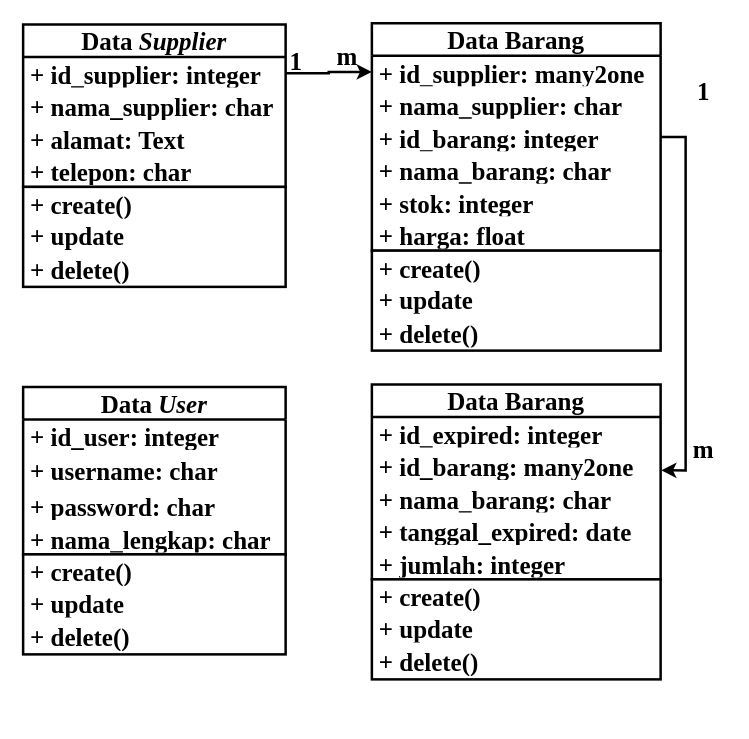
raldawiyahh/alda-resolusi keeps this draw.io diagram as page "CLASS DIAGRAM" (24 of 24) of PENGELOLAAN EXPIRED - DANU.drawio. Above is the earlier version. Source tidied: cells renumbered, new cells numbered last; positions are measured from the earlier drawing's top-left corner, leaving out a move shared by most shapes. Both pictures are drawn from the tidied source at 125%, with x=0, y=0 at pixel (22, 22).
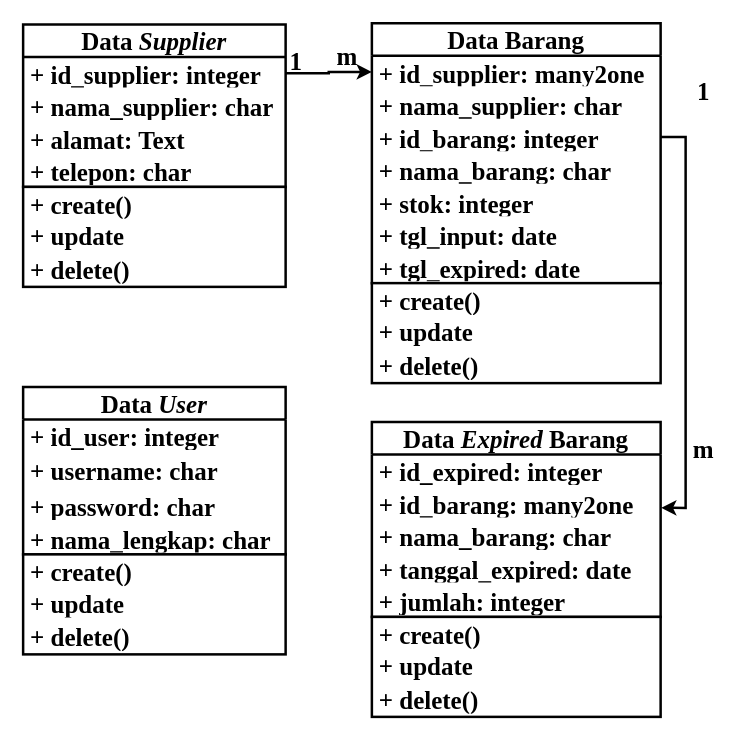
Above is the later version.

The change refers to these unchanged cells:
```xml
<mxCell id="15" value="+ id_barang: integer" style="text;strokeColor=none;fillColor=none;align=left;verticalAlign=middle;spacingLeft=4;spacingRight=4;overflow=hidden;points=[[0,0.5],[1,0.5]];portConstraint=eastwest;whiteSpace=wrap;html=1;fontFamily=Times New Roman;fontSize=20;strokeWidth=2;fontStyle=1;" parent="12" vertex="1">
  <mxGeometry y="78" width="231" height="26" as="geometry" />
</mxCell>
<mxCell id="39" value="+ id_barang: many2one" style="text;strokeColor=none;fillColor=none;align=left;verticalAlign=middle;spacingLeft=4;spacingRight=4;overflow=hidden;points=[[0,0.5],[1,0.5]];portConstraint=eastwest;whiteSpace=wrap;html=1;fontFamily=Times New Roman;fontSize=20;strokeWidth=2;fontStyle=1;" parent="37" vertex="1">
  <mxGeometry y="52" width="231" height="26" as="geometry" />
</mxCell>
```

Change to the diagram source:
```diff
@@
     <mxCell id="12" value="&lt;span style=&quot;font-size: 20px;&quot;&gt;&lt;font style=&quot;font-size: 20px;&quot;&gt;Data Barang&lt;/font&gt;&lt;/span&gt;" style="swimlane;fontStyle=1;horizontal=1;startSize=26;fillColor=none;whiteSpace=wrap;html=1;fontFamily=Times New Roman;fontSize=20;strokeWidth=2;" parent="1" vertex="1">
-      <mxGeometry x="279" width="231" height="182" as="geometry" />
+      <mxGeometry x="279" width="231" height="208" as="geometry" />
     </mxCell>
@@
-    <mxCell id="18" value="&lt;div style=&quot;font-size: 20px;&quot;&gt;+ harga: float&lt;/div&gt;&lt;div style=&quot;font-size: 20px;&quot;&gt;&lt;br style=&quot;font-size: 20px;&quot;&gt;&lt;/div&gt;&lt;div style=&quot;font-size: 20px;&quot;&gt;&lt;br style=&quot;font-size: 20px;&quot;&gt;&lt;/div&gt;&lt;div style=&quot;font-size: 20px;&quot;&gt;&lt;br style=&quot;font-size: 20px;&quot;&gt;&lt;/div&gt;&lt;div style=&quot;font-size: 20px;&quot;&gt;&lt;br style=&quot;font-size: 20px;&quot;&gt;&lt;br style=&quot;font-size: 20px;&quot;&gt;&lt;/div&gt;" style="text;strokeColor=none;fillColor=none;align=left;verticalAlign=middle;spacingLeft=4;spacingRight=4;overflow=hidden;whiteSpace=wrap;html=1;fontFamily=Times New Roman;fontSize=20;strokeWidth=2;fontStyle=1;" parent="12" vertex="1">
+    <mxCell id="18" value="&lt;div style=&quot;font-size: 20px;&quot;&gt;+ tgl_input: date&lt;/div&gt;" style="text;strokeColor=none;fillColor=none;align=left;verticalAlign=middle;spacingLeft=4;spacingRight=4;overflow=hidden;whiteSpace=wrap;html=1;fontFamily=Times New Roman;fontSize=20;strokeWidth=2;fontStyle=1;" parent="12" vertex="1">
       <mxGeometry y="156" width="231" height="26" as="geometry" />
     </mxCell>
+    <mxCell id="51" value="&lt;div style=&quot;font-size: 20px;&quot;&gt;+ tgl_expired: date&lt;/div&gt;" style="text;strokeColor=none;fillColor=none;align=left;verticalAlign=middle;spacingLeft=4;spacingRight=4;overflow=hidden;whiteSpace=wrap;html=1;fontFamily=Times New Roman;fontSize=20;strokeWidth=2;fontStyle=1;" parent="12" vertex="1">
+      <mxGeometry y="182" width="231" height="26" as="geometry" />
+    </mxCell>
     <mxCell id="19" style="group;fontFamily=Times New Roman;fontSize=20;strokeWidth=2;fontStyle=1;" parent="1" vertex="1">
-      <mxGeometry x="279" y="182" width="231" height="80" as="geometry" />
+      <mxGeometry x="279" y="208" width="231" height="80" as="geometry" />
     </mxCell>
@@
-    <mxCell id="37" value="&lt;span style=&quot;font-size: 20px;&quot;&gt;&lt;font style=&quot;font-size: 20px;&quot;&gt;Data Barang&lt;/font&gt;&lt;/span&gt;" style="swimlane;fontStyle=1;horizontal=1;startSize=26;fillColor=none;whiteSpace=wrap;html=1;fontFamily=Times New Roman;fontSize=20;strokeWidth=2;" parent="1" vertex="1">
-      <mxGeometry x="279" y="289" width="231" height="156" as="geometry" />
+    <mxCell id="37" value="&lt;span style=&quot;font-size: 20px;&quot;&gt;&lt;font style=&quot;font-size: 20px;&quot;&gt;Data &lt;i&gt;Expired&amp;nbsp;&lt;/i&gt;Barang&lt;/font&gt;&lt;/span&gt;" style="swimlane;fontStyle=1;horizontal=1;startSize=26;fillColor=none;whiteSpace=wrap;html=1;fontFamily=Times New Roman;fontSize=20;strokeWidth=2;" parent="1" vertex="1">
+      <mxGeometry x="279" y="319" width="231" height="156" as="geometry" />
     </mxCell>
@@
     <mxCell id="43" style="group;fontFamily=Times New Roman;fontSize=20;strokeWidth=2;fontStyle=1;" parent="1" vertex="1">
-      <mxGeometry x="279" y="445" width="231" height="80" as="geometry" />
+      <mxGeometry x="279" y="475" width="231" height="80" as="geometry" />
     </mxCell>
@@
     <mxCell id="48" style="edgeStyle=orthogonalEdgeStyle;rounded=0;jettySize=auto;html=1;exitX=1;exitY=0.5;exitDx=0;exitDy=0;strokeWidth=2;entryX=1.002;entryY=0.645;entryDx=0;entryDy=0;entryPerimeter=0;" parent="1" edge="1" source="15" target="39">
       <mxGeometry relative="1" as="geometry">
         <Array as="points">
           <mxPoint x="530" y="91" />
-          <mxPoint x="530" y="358" />
+          <mxPoint x="530" y="388" />
+          <mxPoint x="510" y="388" />
         </Array>
       </mxGeometry>
     </mxCell>
```
